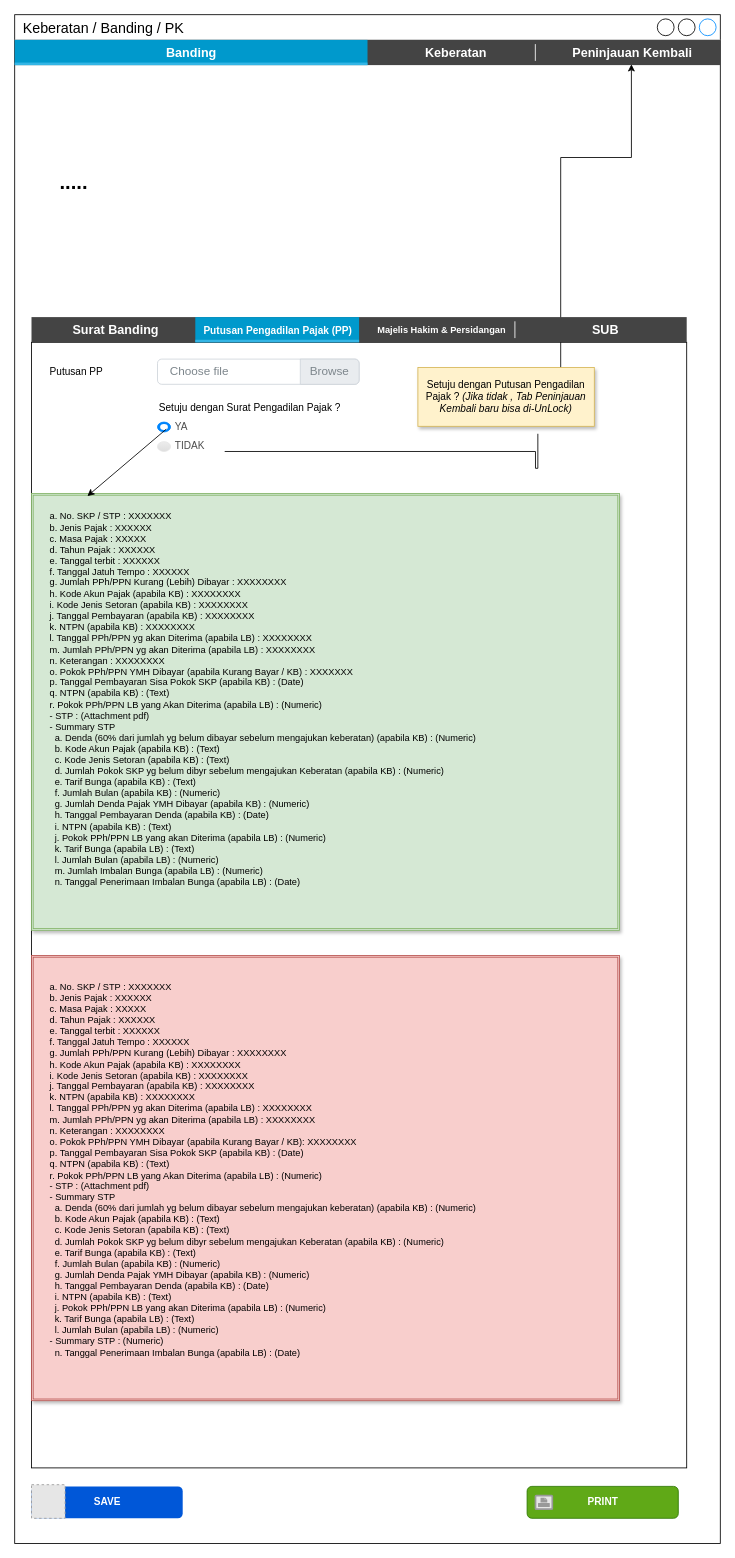
Earlier version of the draw.io diagram page "4.3 Banding_PutusanPengadilan" (17 of 21) of TAMS.drawio (prasetyodavid/TAMS). Source tidied: cells renumbered, new cells numbered last; positions are measured from the earlier drawing's top-left corner, leaving out a move shared by most shapes. Both pictures are drawn from the tidied source at 84%, with x=0, y=0 at pixel (14, 14). Pictures stored in the file or linked from it are replaced by grey dashed boxes.
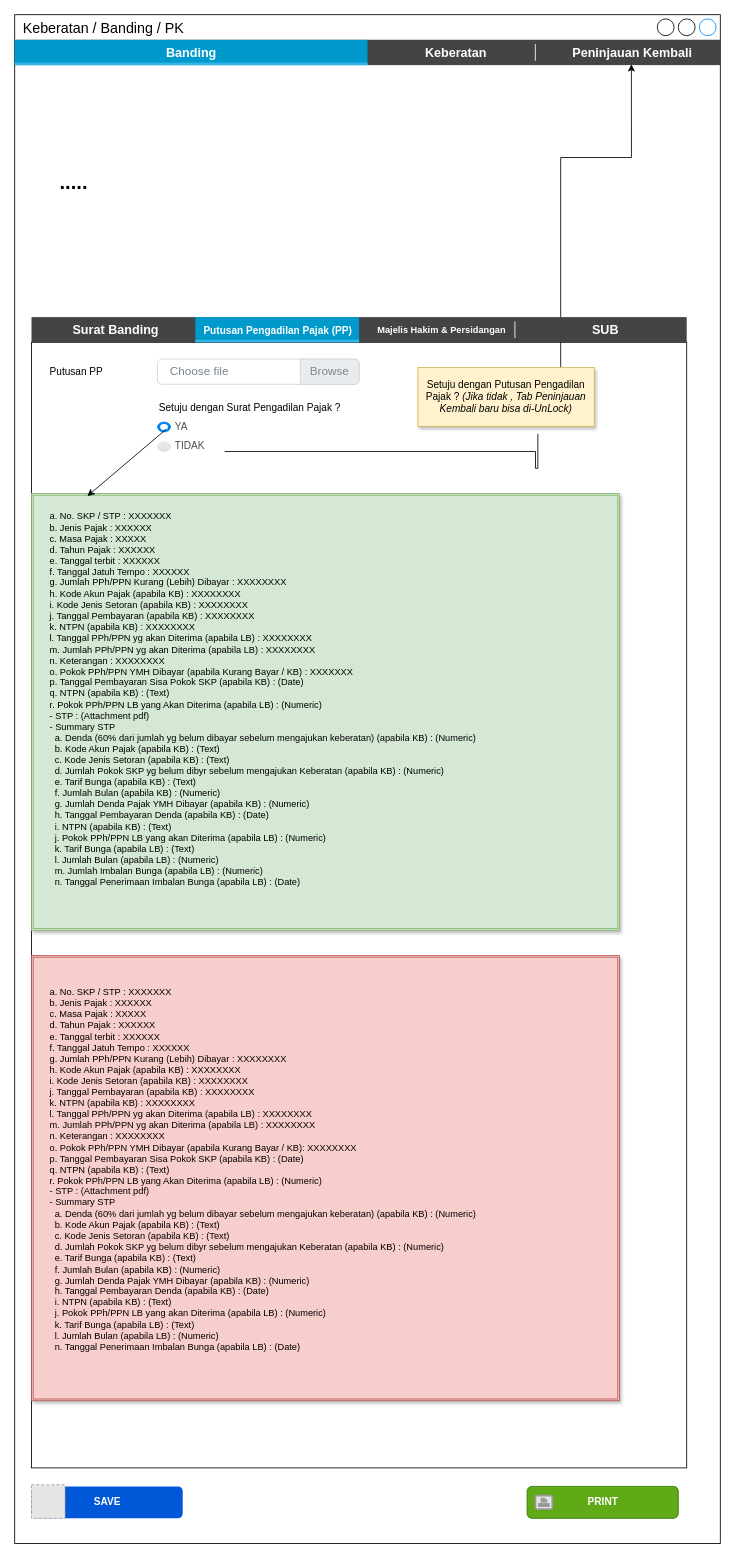
Above is the later version.

The edit, as a diff of the source:
```diff
@@
-    <mxCell id="41" value="&lt;div style=&quot;&quot;&gt;&lt;div style=&quot;&quot;&gt;&lt;br&gt;&lt;/div&gt;&lt;div style=&quot;&quot;&gt;a. No. SKP / STP : XXXXXXX&lt;/div&gt;&lt;div style=&quot;&quot;&gt;b. Jenis Pajak : XXXXXX&lt;/div&gt;&lt;div style=&quot;&quot;&gt;c. Masa Pajak : XXXXX&lt;/div&gt;&lt;div style=&quot;&quot;&gt;d. Tahun Pajak : XXXXXX&lt;/div&gt;&lt;div style=&quot;&quot;&gt;e. Tanggal terbit : XXXXXX&lt;/div&gt;&lt;div style=&quot;&quot;&gt;f. Tanggal Jatuh Tempo : XXXXXX&lt;/div&gt;&lt;div style=&quot;&quot;&gt;g. Jumlah PPh/PPN Kurang (Lebih) Dibayar : XXXXXXXX&lt;/div&gt;&lt;div style=&quot;&quot;&gt;h. Kode Akun Pajak (apabila KB) : XXXXXXXX&lt;/div&gt;&lt;div style=&quot;&quot;&gt;i. Kode Jenis Setoran (apabila KB) : XXXXXXXX&lt;/div&gt;&lt;div style=&quot;&quot;&gt;j. Tanggal Pembayaran (apabila KB) : XXXXXXXX&lt;/div&gt;&lt;div style=&quot;&quot;&gt;k. NTPN (apabila KB) : XXXXXXXX&lt;/div&gt;&lt;div style=&quot;&quot;&gt;l. Tanggal PPh/PPN yg akan Diterima (apabila LB) : XXXXXXXX&lt;/div&gt;&lt;div style=&quot;&quot;&gt;m. Jumlah PPh/PPN yg akan Diterima (apabila LB) : XXXXXXXX&lt;/div&gt;&lt;div style=&quot;&quot;&gt;n. Keterangan : XXXXXXXX&amp;nbsp;&amp;nbsp;&lt;/div&gt;&lt;div style=&quot;&quot;&gt;o. Pokok PPh/PPN YMH Dibayar (apabila Kurang Bayar / KB): XXXXXXXX&lt;/div&gt;&lt;div style=&quot;&quot;&gt;&lt;div&gt;p. Tanggal Pembayaran Sisa Pokok SKP (apabila KB)&lt;span style=&quot;&quot;&gt; &lt;/span&gt;:&lt;span style=&quot;&quot;&gt; &lt;/span&gt;(Date)&lt;/div&gt;&lt;div&gt;q. NTPN (apabila KB)&lt;span style=&quot;&quot;&gt; &lt;/span&gt;:&lt;span style=&quot;&quot;&gt; &lt;/span&gt;(Text)&lt;/div&gt;&lt;div&gt;r. Pokok PPh/PPN LB yang Akan Diterima (apabila LB)&lt;span style=&quot;&quot;&gt; &lt;/span&gt;:&lt;span style=&quot;&quot;&gt; &lt;/span&gt;(Numeric)&lt;/div&gt;&lt;div&gt;- STP&lt;span style=&quot;&quot;&gt; &lt;/span&gt;:&lt;span style=&quot;&quot;&gt; &lt;/span&gt;(Attachment pdf)&lt;/div&gt;&lt;div&gt;- Summary STP&lt;span style=&quot;&quot;&gt;  &lt;/span&gt;&lt;/div&gt;&lt;div&gt;&amp;nbsp; a. Denda (60% dari jumlah yg belum dibayar sebelum mengajukan keberatan) (apabila KB)&lt;span style=&quot;&quot;&gt; &lt;/span&gt;:&lt;span style=&quot;&quot;&gt; &lt;/span&gt;(Numeric)&lt;/div&gt;&lt;div&gt;&amp;nbsp; b. Kode Akun Pajak (apabila KB)&lt;span style=&quot;&quot;&gt; &lt;/span&gt;:&lt;span style=&quot;&quot;&gt; &lt;/span&gt;(Text)&lt;/div&gt;&lt;div&gt;&amp;nbsp; c. Kode Jenis Setoran (apabila KB)&lt;span style=&quot;&quot;&gt; &lt;/span&gt;:&lt;span style=&quot;&quot;&gt; &lt;/span&gt;(Text)&lt;/div&gt;&lt;div&gt;&amp;nbsp; d. Jumlah Pokok SKP yg belum dibyr sebelum mengajukan Keberatan (apabila KB)&lt;span style=&quot;&quot;&gt; &lt;/span&gt;:&lt;span style=&quot;&quot;&gt; &lt;/span&gt;(Numeric)&lt;/div&gt;&lt;div&gt;&amp;nbsp; e. Tarif Bunga (apabila KB)&lt;span style=&quot;&quot;&gt; &lt;/span&gt;:&lt;span style=&quot;&quot;&gt; &lt;/span&gt;(Text)&lt;/div&gt;&lt;div&gt;&amp;nbsp; f. Jumlah Bulan (apabila KB)&lt;span style=&quot;&quot;&gt; &lt;/span&gt;:&lt;span style=&quot;&quot;&gt; &lt;/span&gt;(Numeric)&lt;/div&gt;&lt;div&gt;&amp;nbsp; g. Jumlah Denda Pajak YMH Dibayar (apabila KB)&lt;span style=&quot;&quot;&gt; &lt;/span&gt;:&lt;span style=&quot;&quot;&gt; &lt;/span&gt;(Numeric)&lt;/div&gt;&lt;div&gt;&amp;nbsp; h. Tanggal Pembayaran Denda (apabila KB)&lt;span style=&quot;&quot;&gt; &lt;/span&gt;:&lt;span style=&quot;&quot;&gt; &lt;/span&gt;(Date)&lt;/div&gt;&lt;div&gt;&amp;nbsp; i. NTPN (apabila KB)&lt;span style=&quot;&quot;&gt; &lt;/span&gt;:&lt;span style=&quot;&quot;&gt; &lt;/span&gt;(Text)&lt;/div&gt;&lt;div&gt;&amp;nbsp; j. Pokok PPh/PPN LB yang akan Diterima (apabila LB)&lt;span style=&quot;&quot;&gt; &lt;/span&gt;:&lt;span style=&quot;&quot;&gt; &lt;/span&gt;(Numeric)&lt;/div&gt;&lt;div&gt;&amp;nbsp; k. Tarif Bunga (apabila LB)&lt;span style=&quot;&quot;&gt; &lt;/span&gt;:&lt;span style=&quot;&quot;&gt; &lt;/span&gt;(Text)&lt;/div&gt;&lt;div&gt;&amp;nbsp; l. Jumlah Bulan (apabila LB)&lt;span style=&quot;&quot;&gt; &lt;/span&gt;:&lt;span style=&quot;&quot;&gt; &lt;/span&gt;(Numeric)&lt;/div&gt;&lt;div&gt;- Summary STP&lt;span style=&quot;&quot;&gt; &lt;/span&gt;:&lt;span style=&quot;&quot;&gt; &lt;/span&gt;(Numeric)&lt;/div&gt;&lt;div&gt;&amp;nbsp; n. Tanggal Penerimaan Imbalan Bunga (apabila LB)&lt;span style=&quot;&quot;&gt; &lt;/span&gt;:&lt;span style=&quot;&quot;&gt; &lt;/span&gt;(Date)&lt;/div&gt;&lt;/div&gt;&lt;div style=&quot;font-size: 11px;&quot;&gt;&lt;br&gt;&lt;/div&gt;&lt;/div&gt;" style="text;html=1;strokeColor=none;fillColor=none;align=left;verticalAlign=middle;whiteSpace=wrap;rounded=0;fontColor=default;fontSize=11;" parent="1" vertex="1">
+    <mxCell id="41" value="&lt;div style=&quot;&quot;&gt;&lt;div style=&quot;&quot;&gt;&lt;br&gt;&lt;/div&gt;&lt;div style=&quot;&quot;&gt;a. No. SKP / STP : XXXXXXX&lt;/div&gt;&lt;div style=&quot;&quot;&gt;b. Jenis Pajak : XXXXXX&lt;/div&gt;&lt;div style=&quot;&quot;&gt;c. Masa Pajak : XXXXX&lt;/div&gt;&lt;div style=&quot;&quot;&gt;d. Tahun Pajak : XXXXXX&lt;/div&gt;&lt;div style=&quot;&quot;&gt;e. Tanggal terbit : XXXXXX&lt;/div&gt;&lt;div style=&quot;&quot;&gt;f. Tanggal Jatuh Tempo : XXXXXX&lt;/div&gt;&lt;div style=&quot;&quot;&gt;g. Jumlah PPh/PPN Kurang (Lebih) Dibayar : XXXXXXXX&lt;/div&gt;&lt;div style=&quot;&quot;&gt;h. Kode Akun Pajak (apabila KB) : XXXXXXXX&lt;/div&gt;&lt;div style=&quot;&quot;&gt;i. Kode Jenis Setoran (apabila KB) : XXXXXXXX&lt;/div&gt;&lt;div style=&quot;&quot;&gt;j. Tanggal Pembayaran (apabila KB) : XXXXXXXX&lt;/div&gt;&lt;div style=&quot;&quot;&gt;k. NTPN (apabila KB) : XXXXXXXX&lt;/div&gt;&lt;div style=&quot;&quot;&gt;l. Tanggal PPh/PPN yg akan Diterima (apabila LB) : XXXXXXXX&lt;/div&gt;&lt;div style=&quot;&quot;&gt;m. Jumlah PPh/PPN yg akan Diterima (apabila LB) : XXXXXXXX&lt;/div&gt;&lt;div style=&quot;&quot;&gt;n. Keterangan : XXXXXXXX&amp;nbsp;&amp;nbsp;&lt;/div&gt;&lt;div style=&quot;&quot;&gt;o. Pokok PPh/PPN YMH Dibayar (apabila Kurang Bayar / KB): XXXXXXXX&lt;/div&gt;&lt;div style=&quot;&quot;&gt;&lt;div&gt;p. Tanggal Pembayaran Sisa Pokok SKP (apabila KB)&lt;span style=&quot;&quot;&gt; &lt;/span&gt;:&lt;span style=&quot;&quot;&gt; &lt;/span&gt;(Date)&lt;/div&gt;&lt;div&gt;q. NTPN (apabila KB)&lt;span style=&quot;&quot;&gt; &lt;/span&gt;:&lt;span style=&quot;&quot;&gt; &lt;/span&gt;(Text)&lt;/div&gt;&lt;div&gt;r. Pokok PPh/PPN LB yang Akan Diterima (apabila LB)&lt;span style=&quot;&quot;&gt; &lt;/span&gt;:&lt;span style=&quot;&quot;&gt; &lt;/span&gt;(Numeric)&lt;/div&gt;&lt;div&gt;- STP&lt;span style=&quot;&quot;&gt; &lt;/span&gt;:&lt;span style=&quot;&quot;&gt; &lt;/span&gt;(Attachment pdf)&lt;/div&gt;&lt;div&gt;- Summary STP&lt;span style=&quot;&quot;&gt;  &lt;/span&gt;&lt;/div&gt;&lt;div&gt;&amp;nbsp; a. Denda (60% dari jumlah yg belum dibayar sebelum mengajukan keberatan) (apabila KB)&lt;span style=&quot;&quot;&gt; &lt;/span&gt;:&lt;span style=&quot;&quot;&gt; &lt;/span&gt;(Numeric)&lt;/div&gt;&lt;div&gt;&amp;nbsp; b. Kode Akun Pajak (apabila KB)&lt;span style=&quot;&quot;&gt; &lt;/span&gt;:&lt;span style=&quot;&quot;&gt; &lt;/span&gt;(Text)&lt;/div&gt;&lt;div&gt;&amp;nbsp; c. Kode Jenis Setoran (apabila KB)&lt;span style=&quot;&quot;&gt; &lt;/span&gt;:&lt;span style=&quot;&quot;&gt; &lt;/span&gt;(Text)&lt;/div&gt;&lt;div&gt;&amp;nbsp; d. Jumlah Pokok SKP yg belum dibyr sebelum mengajukan Keberatan (apabila KB)&lt;span style=&quot;&quot;&gt; &lt;/span&gt;:&lt;span style=&quot;&quot;&gt; &lt;/span&gt;(Numeric)&lt;/div&gt;&lt;div&gt;&amp;nbsp; e. Tarif Bunga (apabila KB)&lt;span style=&quot;&quot;&gt; &lt;/span&gt;:&lt;span style=&quot;&quot;&gt; &lt;/span&gt;(Text)&lt;/div&gt;&lt;div&gt;&amp;nbsp; f. Jumlah Bulan (apabila KB)&lt;span style=&quot;&quot;&gt; &lt;/span&gt;:&lt;span style=&quot;&quot;&gt; &lt;/span&gt;(Numeric)&lt;/div&gt;&lt;div&gt;&amp;nbsp; g. Jumlah Denda Pajak YMH Dibayar (apabila KB)&lt;span style=&quot;&quot;&gt; &lt;/span&gt;:&lt;span style=&quot;&quot;&gt; &lt;/span&gt;(Numeric)&lt;/div&gt;&lt;div&gt;&amp;nbsp; h. Tanggal Pembayaran Denda (apabila KB)&lt;span style=&quot;&quot;&gt; &lt;/span&gt;:&lt;span style=&quot;&quot;&gt; &lt;/span&gt;(Date)&lt;/div&gt;&lt;div&gt;&amp;nbsp; i. NTPN (apabila KB)&lt;span style=&quot;&quot;&gt; &lt;/span&gt;:&lt;span style=&quot;&quot;&gt; &lt;/span&gt;(Text)&lt;/div&gt;&lt;div&gt;&amp;nbsp; j. Pokok PPh/PPN LB yang akan Diterima (apabila LB)&lt;span style=&quot;&quot;&gt; &lt;/span&gt;:&lt;span style=&quot;&quot;&gt; &lt;/span&gt;(Numeric)&lt;/div&gt;&lt;div&gt;&amp;nbsp; k. Tarif Bunga (apabila LB)&lt;span style=&quot;&quot;&gt; &lt;/span&gt;:&lt;span style=&quot;&quot;&gt; &lt;/span&gt;(Text)&lt;/div&gt;&lt;div&gt;&amp;nbsp; l. Jumlah Bulan (apabila LB)&lt;span style=&quot;&quot;&gt; &lt;/span&gt;:&lt;span style=&quot;&quot;&gt; &lt;/span&gt;(Numeric)&lt;/div&gt;&lt;div&gt;&amp;nbsp; n. Tanggal Penerimaan Imbalan Bunga (apabila LB)&lt;span style=&quot;&quot;&gt; &lt;/span&gt;:&lt;span style=&quot;&quot;&gt; &lt;/span&gt;(Date)&lt;/div&gt;&lt;/div&gt;&lt;div style=&quot;font-size: 11px;&quot;&gt;&lt;br&gt;&lt;/div&gt;&lt;/div&gt;" style="text;html=1;strokeColor=none;fillColor=none;align=left;verticalAlign=middle;whiteSpace=wrap;rounded=0;fontColor=default;fontSize=11;" parent="1" vertex="1">
       <mxGeometry x="40" y="1140" width="587.5" height="470" as="geometry" />
     </mxCell>
```
